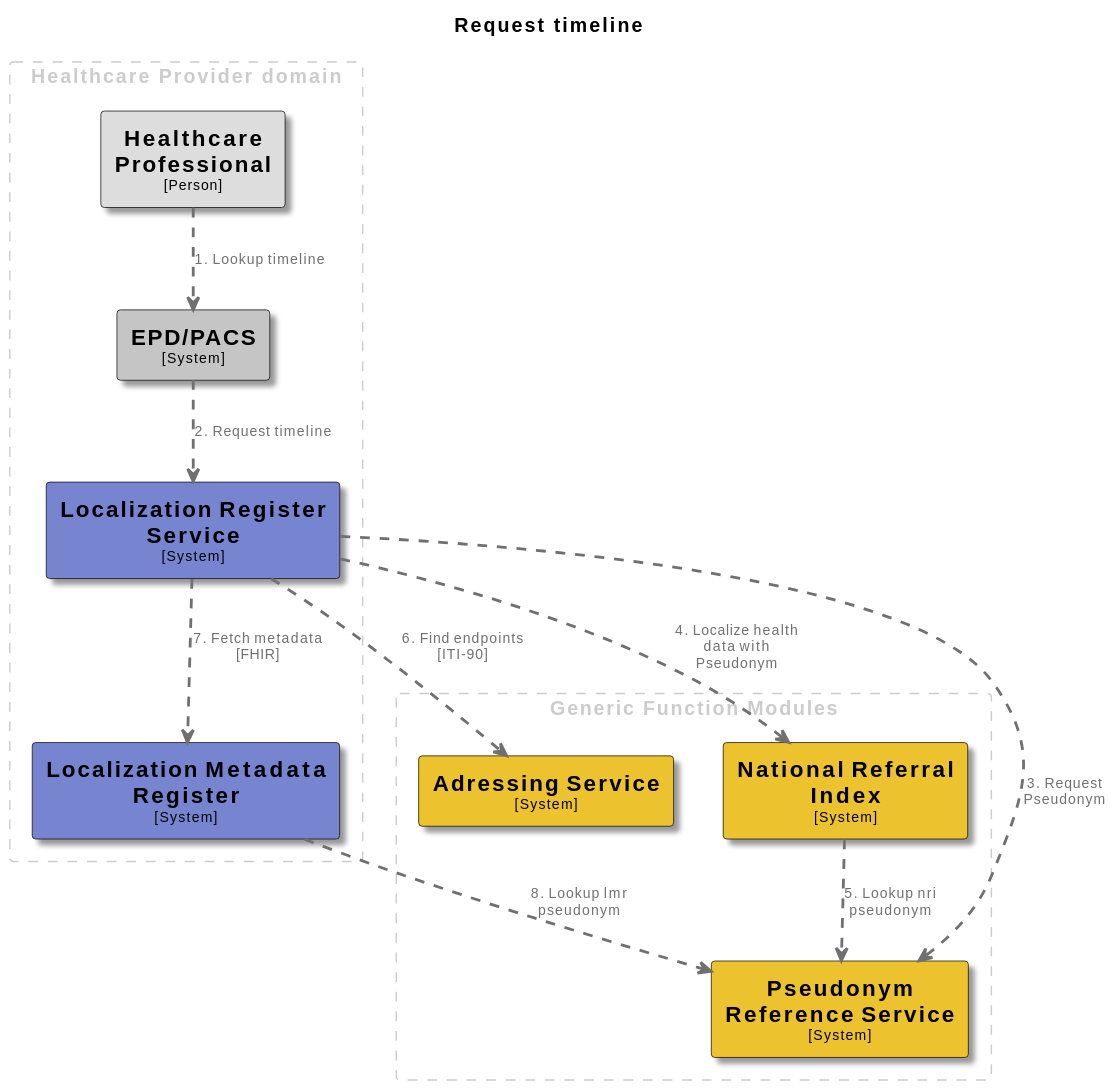
Above: docs/images/structurizr-RequestTimeline.svg in minvws/gfmodules-coordination (PlantUML), before the change. Source of this version:
```plantuml
@startuml
set separator none
title Request timeline

top to bottom direction

skinparam {
  arrowFontSize 10
  defaultTextAlignment center
  wrapWidth 200
  maxMessageSize 100
}

hide stereotype

skinparam rectangle<<AdressingService>> {
  BackgroundColor #ecc22e
  FontColor #000000
  BorderColor #000000
  shadowing true
}
skinparam rectangle<<EPDPACS>> {
  BackgroundColor #c5c5c5
  FontColor #000000
  BorderColor #000000
  shadowing true
}
skinparam rectangle<<HealthcareProfessional>> {
  BackgroundColor #dddddd
  FontColor #000000
  BorderColor #000000
  shadowing true
}
skinparam rectangle<<LocalizationMetadataRegister>> {
  BackgroundColor #7785d1
  FontColor #000000
  BorderColor #000000
  shadowing true
}
skinparam rectangle<<LocalizationRegisterService>> {
  BackgroundColor #7785d1
  FontColor #000000
  BorderColor #000000
  shadowing true
}
skinparam rectangle<<NationalReferralIndex>> {
  BackgroundColor #ecc22e
  FontColor #000000
  BorderColor #000000
  shadowing true
}
skinparam rectangle<<PseudonymReferenceService>> {
  BackgroundColor #ecc22e
  FontColor #000000
  BorderColor #000000
  shadowing true
}

rectangle "Generic Function Modules" <<group1>> as group1 {
  skinparam RectangleBorderColor<<group1>> #cccccc
  skinparam RectangleFontColor<<group1>> #cccccc
  skinparam RectangleBorderStyle<<group1>> dashed

  rectangle "==Pseudonym Reference Service\n<size:10>[System]</size>" <<PseudonymReferenceService>> as PseudonymReferenceService
  rectangle "==Adressing Service\n<size:10>[System]</size>" <<AdressingService>> as AdressingService
  rectangle "==National Referral Index\n<size:10>[System]</size>" <<NationalReferralIndex>> as NationalReferralIndex
}

rectangle "Healthcare Provider domain" <<group2>> as group2 {
  skinparam RectangleBorderColor<<group2>> #cccccc
  skinparam RectangleFontColor<<group2>> #cccccc
  skinparam RectangleBorderStyle<<group2>> dashed

  rectangle "==Localization Metadata Register\n<size:10>[System]</size>" <<LocalizationMetadataRegister>> as LocalizationMetadataRegister
  rectangle "==Localization Register Service\n<size:10>[System]</size>" <<LocalizationRegisterService>> as LocalizationRegisterService
  rectangle "==Healthcare Professional\n<size:10>[Person]</size>" <<HealthcareProfessional>> as HealthcareProfessional
  rectangle "==EPD/PACS\n<size:10>[System]</size>" <<EPDPACS>> as EPDPACS
}

HealthcareProfessional .[#707070,thickness=2].> EPDPACS : "<color:#707070>1. Lookup timeline"
EPDPACS .[#707070,thickness=2].> LocalizationRegisterService : "<color:#707070>2. Request timeline"
LocalizationRegisterService .[#707070,thickness=2].> PseudonymReferenceService : "<color:#707070>3. Request Pseudonym"
LocalizationRegisterService .[#707070,thickness=2].> NationalReferralIndex : "<color:#707070>4. Localize health data with Pseudonym"
NationalReferralIndex .[#707070,thickness=2].> PseudonymReferenceService : "<color:#707070>5. Lookup nri pseudonym"
LocalizationRegisterService .[#707070,thickness=2].> AdressingService : "<color:#707070>6. Find endpoints [ITI-90]"
LocalizationRegisterService .[#707070,thickness=2].> LocalizationMetadataRegister : "<color:#707070>7. Fetch metadata [FHIR]"
LocalizationMetadataRegister .[#707070,thickness=2].> PseudonymReferenceService : "<color:#707070>8. Lookup lmr pseudonym"
@enduml
```
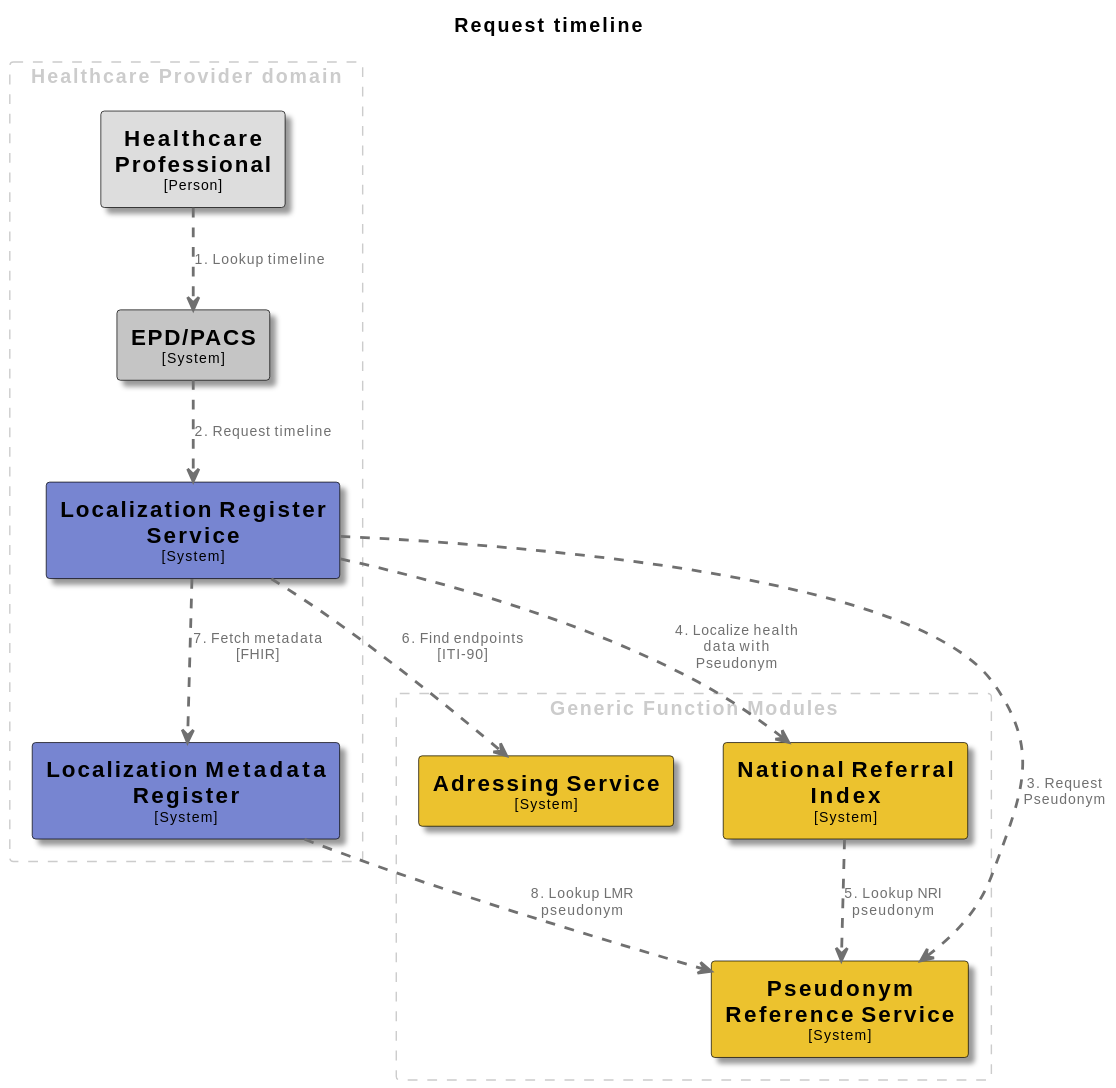
The same file after the commit.

Change to the diagram source:
```diff
@@ -81,8 +81,8 @@
 EPDPACS .[#707070,thickness=2].> LocalizationRegisterService : "<color:#707070>2. Request timeline"
 LocalizationRegisterService .[#707070,thickness=2].> PseudonymReferenceService : "<color:#707070>3. Request Pseudonym"
 LocalizationRegisterService .[#707070,thickness=2].> NationalReferralIndex : "<color:#707070>4. Localize health data with Pseudonym"
-NationalReferralIndex .[#707070,thickness=2].> PseudonymReferenceService : "<color:#707070>5. Lookup nri pseudonym"
+NationalReferralIndex .[#707070,thickness=2].> PseudonymReferenceService : "<color:#707070>5. Lookup NRI pseudonym"
 LocalizationRegisterService .[#707070,thickness=2].> AdressingService : "<color:#707070>6. Find endpoints [ITI-90]"
 LocalizationRegisterService .[#707070,thickness=2].> LocalizationMetadataRegister : "<color:#707070>7. Fetch metadata [FHIR]"
-LocalizationMetadataRegister .[#707070,thickness=2].> PseudonymReferenceService : "<color:#707070>8. Lookup lmr pseudonym"
+LocalizationMetadataRegister .[#707070,thickness=2].> PseudonymReferenceService : "<color:#707070>8. Lookup LMR pseudonym"
 @enduml
```
